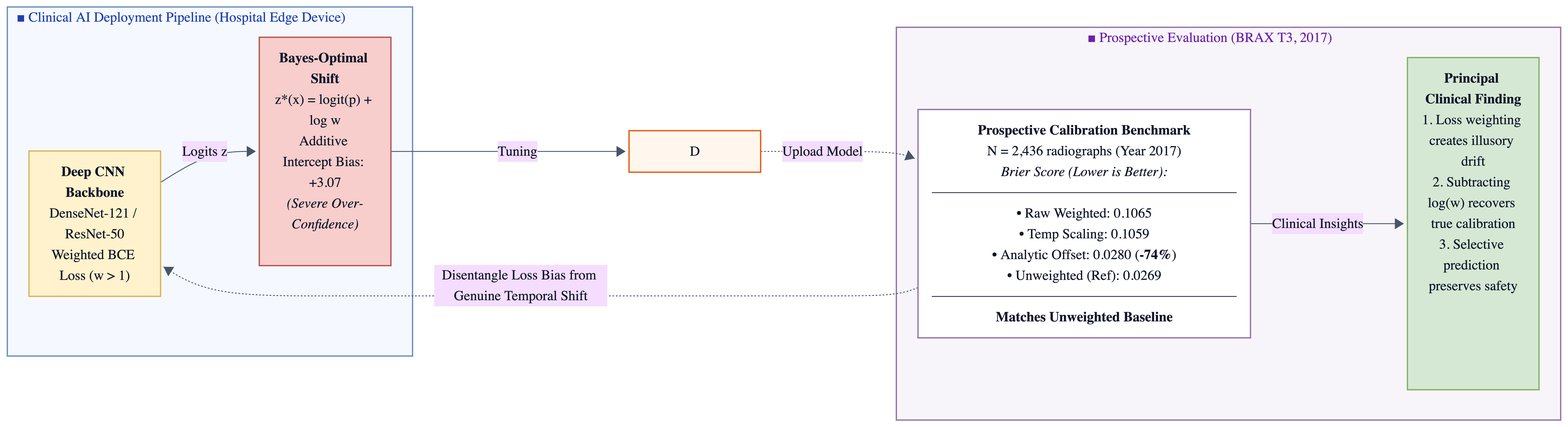
The Mermaid diagram manuscript_cibm/graphical_abstract.png in Vishesh-panghal/temporal-brax-calibration, before a commit. Its source is kept beside it as manuscript_cibm/graphical_abstract.mmd.
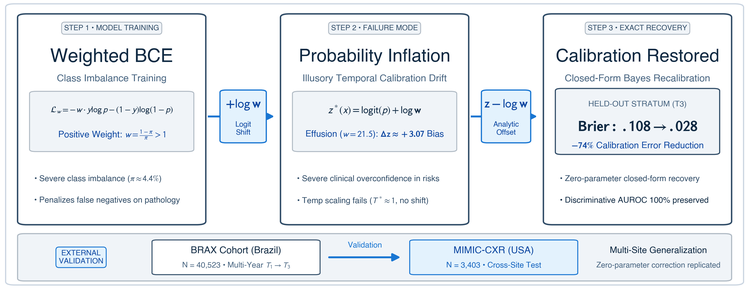
Later version of the same file.

Diff of the diagram source:
```diff
@@ -1,61 +1,39 @@
-%%{init: {'theme': 'base', 'themeVariables': { 'fontFamily': 'arial, sans-serif', 'primaryTextColor': '#0F172A', 'lineColor': '#475569' }}}%%
+%%{init: {'theme': 'base', 'themeVariables': { 'fontFamily': 'helvetica, arial, sans-serif', 'primaryTextColor': '#0F172A', 'lineColor': '#475569' }}}%%
 graph LR
 
-    subgraph EdgeDevice ["■ Clinical AI Deployment Pipeline (Hospital Edge Device)"]
+    subgraph Flow [" "]
         direction LR
 
-        A["<b>Chest Radiograph (CXR Input)</b><br/>BRAX Dataset (N = 41,208)<br/><i>X ∈ ℝ<sup>H×W</sup>, Prevalence π ≈ 4.4%</i>"]
-        B["<b>Deep CNN Backbone</b><br/>DenseNet-121 / ResNet-50<br/>Weighted BCE Loss (w > 1)"]
-        C["<b>Bayes-Optimal Shift</b><br/>z*(x) = logit(p) + log w<br/>Additive Intercept Bias: +3.07<br/><i>(Severe Over-Confidence)</i>"]
+        A["<b>Weighted BCE</b><br/><i>Class Imbalance Training</i><br/>w = (1 - π) / π > 1<br/>• Severe imbalance (π ≈ 4.4%)<br/>• Penalizes false negatives"]
 
-        A -->|Image X| B
-        B -->|Logits z| C
+        T1{"<b>+log w</b><br/><i>Logit Shift</i>"}
 
-        D["<b>Temperature Scaling</b><br/>p̂<sub>temp</sub> = σ(z / T)<br/>Slope scaling only (T* ≈ 1.00)<br/><i>Fails: Intercept uncorrected</i>"]
-        C -->|Tuning| D
+        B["<b>Probability Inflation</b><br/><i>Illusory Temporal Drift</i><br/>z*(x) = logit(p) + log w<br/>• Severe clinical overconfidence<br/>• Temp scaling fails (T* ≈ 1)"]
 
-        subgraph MitigationLoop ["■ Proposed Mitigation & Selective Decision Loop"]
-            direction TB
-            E["<b>Analytic Probability Offset (Ours)</b><br/>p̂<sub>analytic</sub> = σ(z - log w)<br/>• Exact algebraic neutralization<br/>• Zero validation tuning / Zero re-training<br/>• Preserves discriminative AUC ranking"]
-            F["<b>Selective Prediction Deployment</b><br/>Risk-coverage thresholding: p̂<sub>cal</sub> ≷ τ<br/>Autonomous triage vs. Radiologist referral<br/><i>Guarantees safe risk coverage under drift</i>"]
+        T2{"<b>z - log w</b><br/><i>Analytic Offset</i>"}
 
-            E -->|Calibrated p| F
-        end
+        C["<b>Calibration Restored</b><br/><i>Closed-Form Recalibration</i><br/><b>Brier: .108 → .028 (-74%)</b><br/>• Zero parameters / Zero tuning<br/>• 100% AUROC ranking preserved"]
 
-        C -->|Closed-Form| E
+        A --> T1 --> B --> T2 --> C
     end
 
-    subgraph StratumEval ["■ Held-Out Evaluation (BRAX T3, 2017)"]
-        direction TB
-
-        G["<b>Held-Out Calibration Benchmark</b><br/>N = 2,436 radiographs (Year 2017)<br/><i>Brier Score (Lower is Better):</i><br/>━━━━━━━━━━━━━━━━━━━━━━<br/>• Raw Weighted: 0.1065<br/>• Temp Scaling: 0.1059<br/>• Analytic Offset: 0.0280 (<b>-74%</b>)<br/>• Unweighted (Ref): 0.0269<br/>━━━━━━━━━━━━━━━━━━━━━━<br/><b>Matches Unweighted Baseline</b>"]
-
-        H["<b>Principal Clinical Finding</b><br/>1. Loss weighting creates illusory drift<br/>2. Subtracting log(w) recovers true calibration<br/>3. Selective prediction preserves safety"]
-
-        G -->|Clinical Insights| H
+    subgraph Validation ["EXTERNAL VALIDATION"]
+        direction LR
+        V1["<b>BRAX Cohort (Brazil)</b><br/>N = 40,523 • Multi-Year T1 → T3"]
+        V2["<b>MIMIC-CXR (USA)</b><br/>N = 3,403 • Cross-Site Test"]
+        V1 -->|External Transport| V2
     end
 
-    D -.->|Upload Model| G
-    F -.->|Deploy Model| G
-    G -.->|Disentangle Loss Bias from Genuine Temporal Shift| B
+    classDef stepCard fill:#F0F4F8,stroke:#314D68,stroke-width:1.8px,color:#102A43;
+    classDef transBadge fill:#E3F2FD,stroke:#1976D2,stroke-width:1.8px,color:#0D47A1;
+    classDef valNode fill:#FFFFFF,stroke:#314D68,stroke-width:1.4px,color:#102A43;
 
-    classDef tanNode fill:#FFE6CC,stroke:#D79B00,stroke-width:1.5px,color:#0F172A;
-    classDef yellowNode fill:#FFF2CC,stroke:#D6B656,stroke-width:1.5px,color:#0F172A;
-    classDef pinkNode fill:#F8CECC,stroke:#B85450,stroke-width:1.5px,color:#0F172A;
-    classDef orangeNode fill:#FFF7ED,stroke:#EA580C,stroke-width:1.5px,color:#0F172A;
-    classDef greenNode fill:#D5E8D4,stroke:#82B366,stroke-width:1.5px,color:#0F172A;
-    classDef blueNode fill:#DAE8FC,stroke:#6C8EBF,stroke-width:1.5px,color:#0F172A;
-    classDef whiteNode fill:#FFFFFF,stroke:#9673A6,stroke-width:1.5px,color:#0F172A;
+    class A stepCard;
+    class T1 transBadge;
+    class B stepCard;
+    class T2 transBadge;
+    class C stepCard;
+    class V1,V2 valNode;
 
-    class A tanNode;
-    class B yellowNode;
-    class C pinkNode;
-    class D orangeNode;
-    class E greenNode;
-    class F blueNode;
-    class G whiteNode;
-    class H greenNode;
-
-    style EdgeDevice fill:#F5F9FF,stroke:#6C8EBF,stroke-width:1.5px,color:#1E40AF;
-    style MitigationLoop fill:#F2FAF2,stroke:#82B366,stroke-width:1.5px,stroke-dasharray: 5 5,color:#166534;
-    style StratumEval fill:#F8F5FA,stroke:#9673A6,stroke-width:1.5px,color:#6B21A8;
+    style Flow fill:#FFFFFF,stroke:none;
+    style Validation fill:#F0F4F8,stroke:#B0BAC4,stroke-width:1.4px,color:#102A43;
```
